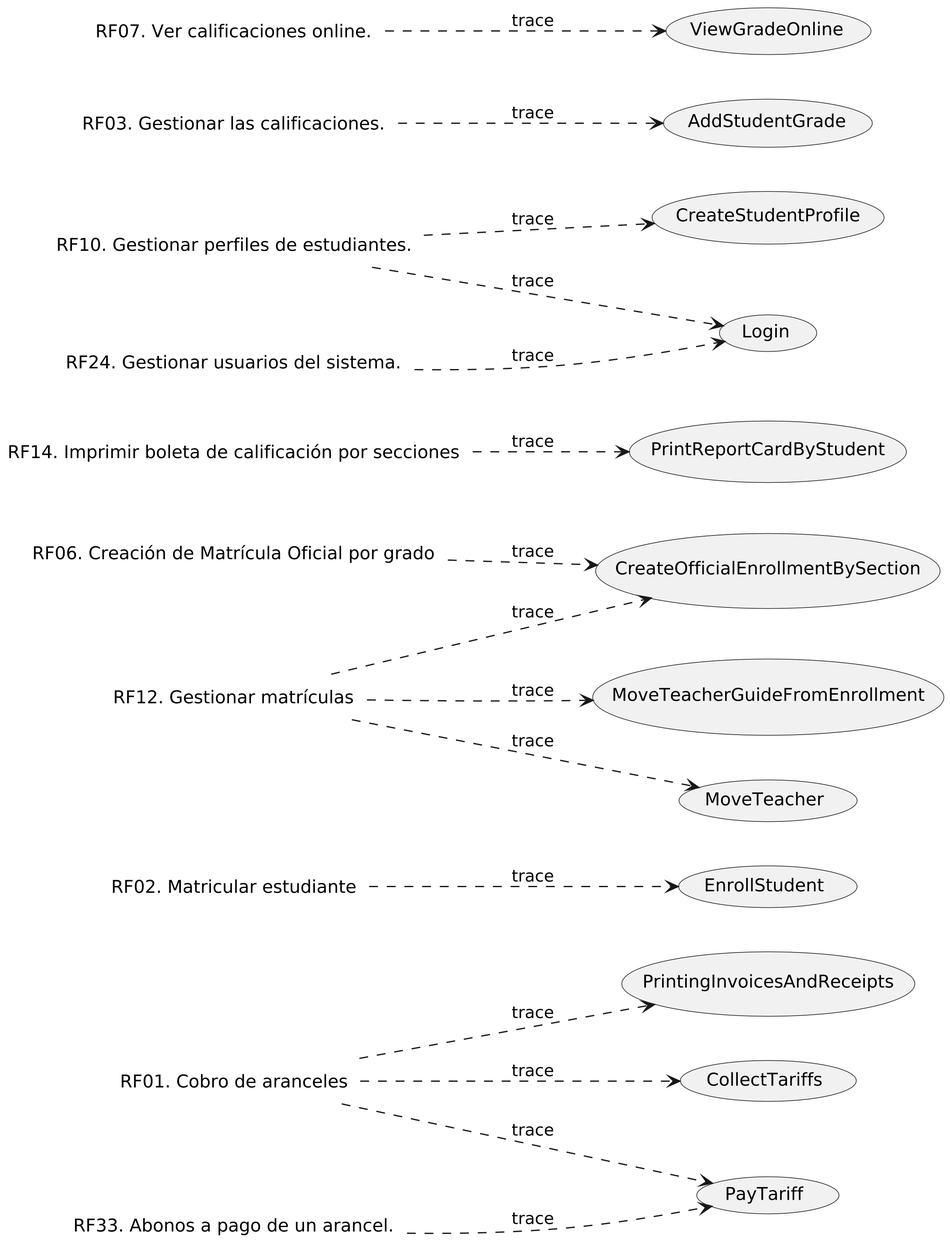
This is out/UseCaseView/TRACE.Requisites-x-UseCase.png from wsmcbl/wsmcbl.doc, a PlantUML export, as it was before one commit. The source it was exported from:
```plantuml
@startuml
left to right direction
scale 3

Label RF01 as "RF01. Cobro de aranceles"
Label RF02 as "RF02. Matricular estudiante"
label RF06 as "RF06. Creación de Matrícula Oficial por grado"
label RF12 as "RF12. Gestionar matrículas"
label RF14 as "RF14. Imprimir boleta de calificación por secciones"

Label RF10 as "RF10. Gestionar perfiles de estudiantes."
Label RF24 as "RF24. Gestionar usuarios del sistema."
Label RF03 as "RF03. Gestionar las calificaciones."
Label RF07 as "RF07. Ver calificaciones online."
Label RF33 as "RF33. Abonos a pago de un arancel."



usecase CU01 as "EnrollStudent"
usecase CU05 as "CreateOfficialEnrollmentBySection"
usecase CU58 as "PrintingInvoicesAndReceipts"
usecase CU29 as "PrintReportCardByStudent"
usecase CU21 as "MoveTeacherGuideFromEnrollment"
usecase CU03 as "CollectTariffs"

usecase CU15 as "ViewGradeOnline"
usecase CU60 as "PayTariff"
usecase CU22 as "MoveTeacher"
usecase CU11 as "AddStudentGrade"
usecase CU02 as "CreateStudentProfile"
usecase CU69 as "Login"



RF01 ..> CU03 : trace
RF01 ..> CU58 : trace
RF02 ..> CU01 : trace
RF06 ..> CU05 : trace
RF12 ..> CU05 : trace
RF12 ..> CU21 : trace
RF14 ..> CU29 : trace

RF01 ..> CU60 : trace
RF12 ..> CU22 : trace
RF10 ..> CU02 : trace
RF10 ..> CU69 : trace
RF24 ..> CU69 : trace
RF33 ..> CU60 : trace
RF03 ..> CU11 : trace
RF07 ..> CU15 : trace

@enduml
```
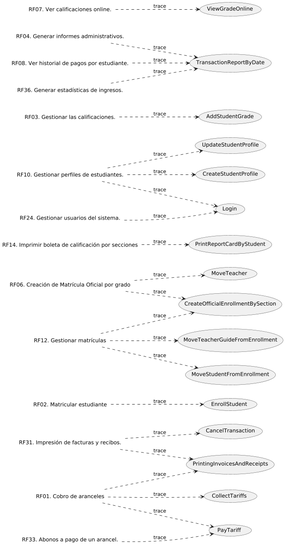
The same file after the commit.

Change to the diagram source:
```diff
@@ -11,9 +11,13 @@
 Label RF10 as "RF10. Gestionar perfiles de estudiantes."
 Label RF24 as "RF24. Gestionar usuarios del sistema."
 Label RF03 as "RF03. Gestionar las calificaciones."
-Label RF07 as "RF07. Ver calificaciones online."
 Label RF33 as "RF33. Abonos a pago de un arancel."
 
+Label RF04 as "RF04. Generar informes administrativos."
+Label RF07 as "RF07. Ver calificaciones online."
+Label RF08 as "RF08. Ver historial de pagos por estudiante."
+Label RF31 as "RF31. Impresión de facturas y recibos."
+Label RF36 as "RF36. Generar estadísticas de ingresos."
 
 
 usecase CU01 as "EnrollStudent"
@@ -23,12 +27,17 @@
 usecase CU21 as "MoveTeacherGuideFromEnrollment"
 usecase CU03 as "CollectTariffs"
 
-usecase CU15 as "ViewGradeOnline"
 usecase CU60 as "PayTariff"
-usecase CU22 as "MoveTeacher"
 usecase CU11 as "AddStudentGrade"
 usecase CU02 as "CreateStudentProfile"
 usecase CU69 as "Login"
+
+usecase CU15 as "ViewGradeOnline"
+usecase CU16 as "UpdateStudentProfile"
+usecase CU22 as "MoveTeacher"
+usecase CU23 as "MoveStudentFromEnrollment"
+usecase CU73 as "CancelTransaction"
+usecase CU75 as "TransactionReportByDate"
 
 
 
@@ -41,7 +50,7 @@
 RF14 ..> CU29 : trace
 
 RF01 ..> CU60 : trace
-RF12 ..> CU22 : trace
+RF06 ..> CU22 : trace
 RF10 ..> CU02 : trace
 RF10 ..> CU69 : trace
 RF24 ..> CU69 : trace
@@ -49,4 +58,11 @@
 RF03 ..> CU11 : trace
 RF07 ..> CU15 : trace
 
+RF08 ..> CU75 : trace
+RF04 ..> CU75 : trace
+RF36 ..> CU75 : trace
+RF31 ..> CU73 : trace
+RF31 ..> CU58 : trace
+RF10 ..> CU16 : trace
+RF12 ..> CU23 : trace
 @enduml
```
